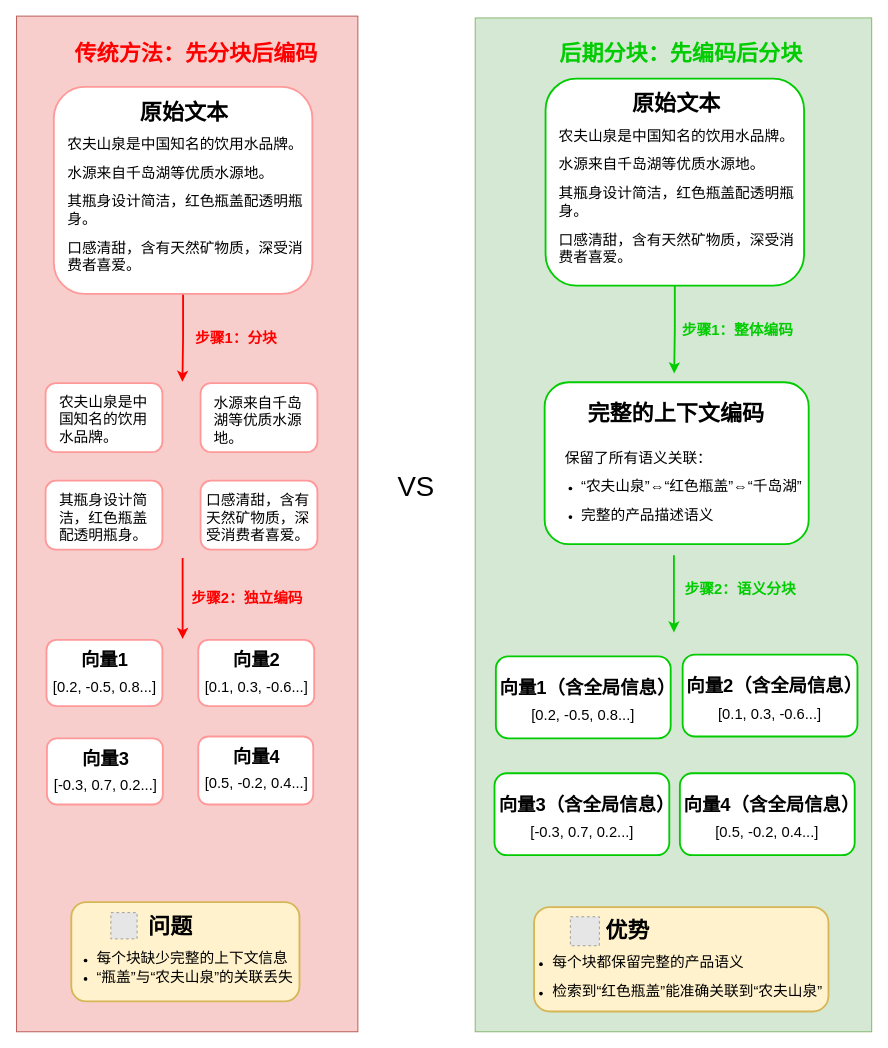
real-jiakai/draw keeps this draw.io diagram as diagrams/late-chunking.drawio. Above is the earlier version. Source tidied: cells renumbered, new cells numbered last; positions are measured from the earlier drawing's top-left corner, leaving out a move shared by most shapes. Both pictures are drawn from the tidied source at 92%, with x=0, y=0 at pixel (17, 16). Pictures stored in the file or linked from it are replaced by grey dashed boxes.
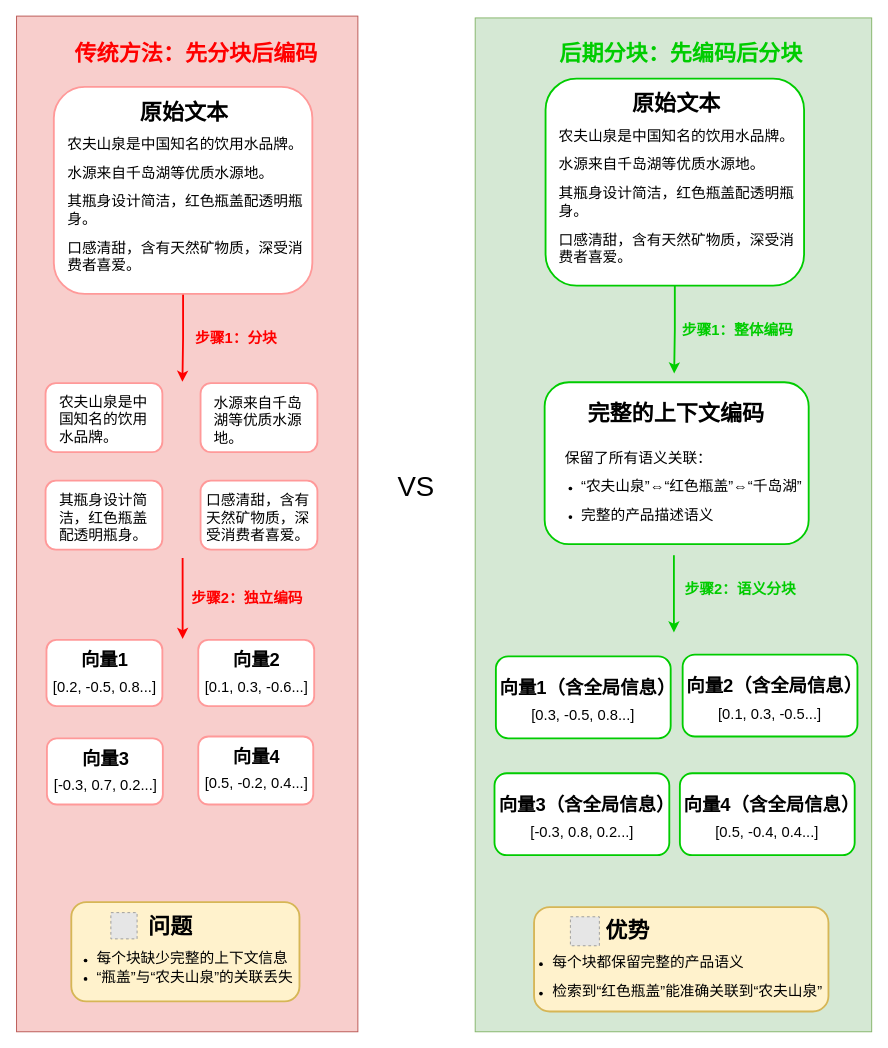
The same diagram, later.

Diff of the diagram source:
```diff
@@
-    <mxCell id="44" value="&lt;span style=&quot;text-align: left;&quot;&gt;&lt;font style=&quot;font-size: 16px;&quot;&gt;[0.2, -0.5, 0.8...]&lt;/font&gt;&lt;/span&gt;" style="text;html=1;align=center;verticalAlign=middle;whiteSpace=wrap;rounded=0;" parent="1" vertex="1">
+    <mxCell id="44" value="&lt;span style=&quot;text-align: left;&quot;&gt;&lt;font style=&quot;font-size: 16px;&quot;&gt;[0.3, -0.5, 0.8...]&lt;/font&gt;&lt;/span&gt;" style="text;html=1;align=center;verticalAlign=middle;whiteSpace=wrap;rounded=0;" parent="1" vertex="1">
       <mxGeometry x="555" y="743" width="121" height="33" as="geometry" />
     </mxCell>
@@
-    <mxCell id="55" value="&lt;span style=&quot;font-size: 16px;&quot;&gt;[0.1, 0.3, -0.6...]&lt;/span&gt;" style="text;html=1;align=center;verticalAlign=middle;whiteSpace=wrap;rounded=0;" parent="1" vertex="1">
+    <mxCell id="55" value="&lt;span style=&quot;font-size: 16px;&quot;&gt;[0.1, 0.3, -0.5...]&lt;/span&gt;" style="text;html=1;align=center;verticalAlign=middle;whiteSpace=wrap;rounded=0;" parent="1" vertex="1">
       <mxGeometry x="758" y="741" width="121" height="33" as="geometry" />
     </mxCell>
@@
-    <mxCell id="58" value="&lt;span style=&quot;font-size: 16px;&quot;&gt;[-0.3, 0.7, 0.2...]&lt;/span&gt;" style="text;html=1;align=center;verticalAlign=middle;whiteSpace=wrap;rounded=0;" parent="1" vertex="1">
+    <mxCell id="58" value="&lt;span style=&quot;font-size: 16px;&quot;&gt;[-0.3, 0.8, 0.2...]&lt;/span&gt;" style="text;html=1;align=center;verticalAlign=middle;whiteSpace=wrap;rounded=0;" parent="1" vertex="1">
       <mxGeometry x="553.5" y="870" width="121" height="33" as="geometry" />
     </mxCell>
@@
-    <mxCell id="61" value="&lt;span style=&quot;font-size: 16px;&quot;&gt;[0.5, -0.2, 0.4...]&lt;/span&gt;" style="text;html=1;align=center;verticalAlign=middle;whiteSpace=wrap;rounded=0;" parent="1" vertex="1">
+    <mxCell id="61" value="&lt;span style=&quot;font-size: 16px;&quot;&gt;[0.5, -0.4, 0.4...]&lt;/span&gt;" style="text;html=1;align=center;verticalAlign=middle;whiteSpace=wrap;rounded=0;" parent="1" vertex="1">
       <mxGeometry x="755" y="870" width="121" height="33" as="geometry" />
     </mxCell>
```
